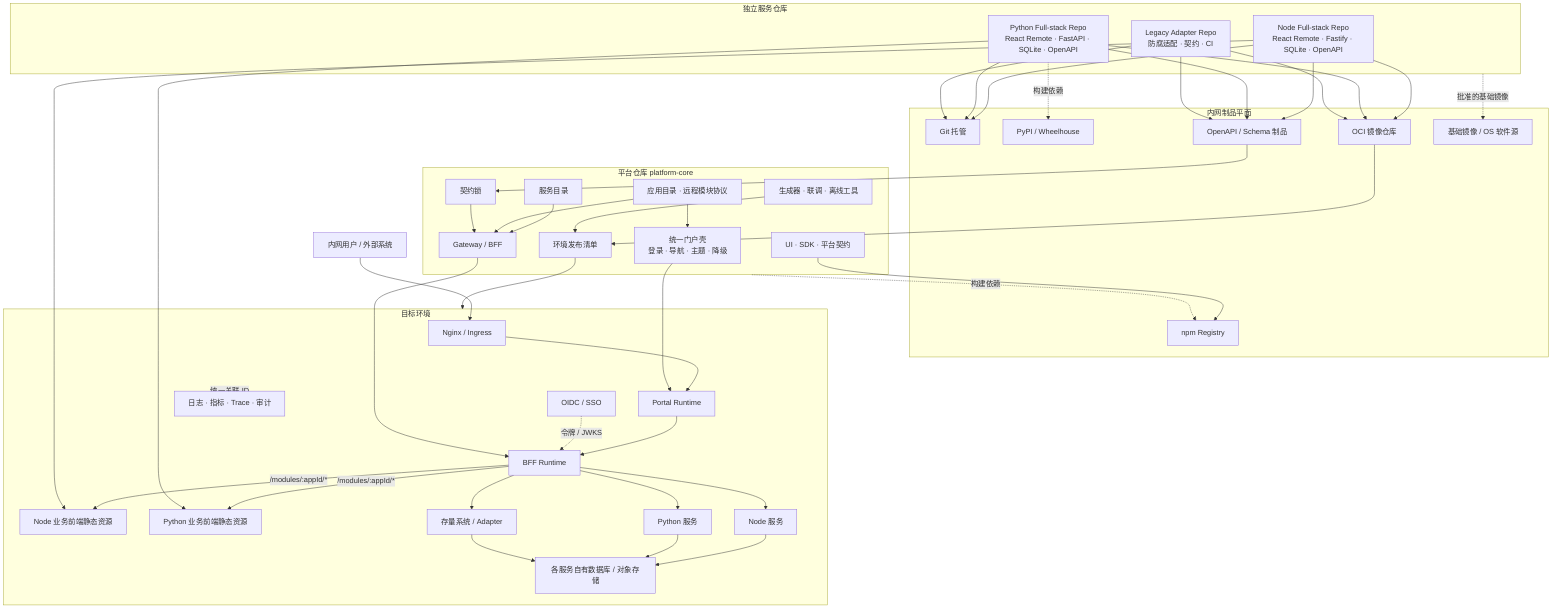
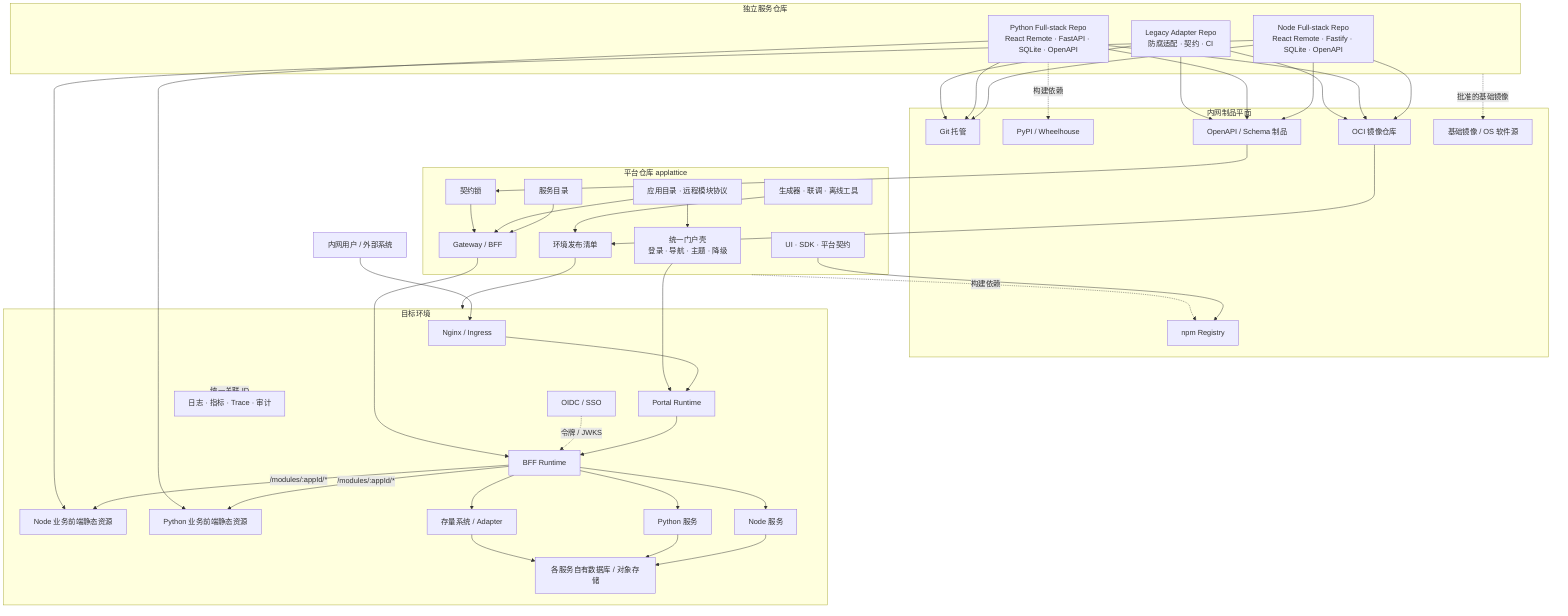
flowchart TB
  User["内网用户 / 外部系统"]

-   subgraph PlatformRepo["平台仓库 platform-core"]
+   subgraph PlatformRepo["平台仓库 applattice"]
    Portal["统一门户壳\n登录 · 导航 · 主题 · 降级"]
    BFF["Gateway / BFF"]
    Shared["UI · SDK · 平台契约"]
    Catalog["服务目录"]
    ContractLock["契约锁"]
    Release["环境发布清单"]
    Tooling["生成器 · 联调 · 离线工具"]
    AppCatalog["应用目录 · 远程模块协议"]
  end

  subgraph ServiceRepos["独立服务仓库"]
    NodeRepo["Node Full-stack Repo\nReact Remote · Fastify · SQLite · OpenAPI"]
    PythonRepo["Python Full-stack Repo\nReact Remote · FastAPI · SQLite · OpenAPI"]
    LegacyRepo["Legacy Adapter Repo\n防腐适配 · 契约 · CI"]
  end

  subgraph InternalArtifacts["内网制品平面"]
    Git["Git 托管"]
    Npm["npm Registry"]
    Pypi["PyPI / Wheelhouse"]
    Contracts["OpenAPI / Schema 制品"]
    Images["OCI 镜像仓库"]
    Base["基础镜像 / OS 软件源"]
  end

  subgraph Runtime["目标环境"]
    Ingress["Nginx / Ingress"]
    PortalRuntime["Portal Runtime"]
    BFFRuntime["BFF Runtime"]
    NodeWeb["Node 业务前端静态资源"]
    PythonWeb["Python 业务前端静态资源"]
    NodeRuntime["Node 服务"]
    PythonRuntime["Python 服务"]
    LegacyRuntime["存量系统 / Adapter"]
    IAM["OIDC / SSO"]
    Data["各服务自有数据库 / 对象存储"]
    Observe["日志 · 指标 · Trace · 审计"]
  end

  User --> Ingress --> PortalRuntime --> BFFRuntime
  BFFRuntime -->|"/modules/:appId/*"| NodeWeb
  BFFRuntime -->|"/modules/:appId/*"| PythonWeb
  IAM -. "令牌 / JWKS" .-> BFFRuntime
  BFFRuntime --> NodeRuntime
  BFFRuntime --> PythonRuntime
  BFFRuntime --> LegacyRuntime
  NodeRuntime --> Data
  PythonRuntime --> Data
  LegacyRuntime --> Data
  Runtime -. "统一关联 ID" .-> Observe

  Portal --> PortalRuntime
  BFF --> BFFRuntime
  NodeRepo --> NodeWeb
  PythonRepo --> PythonWeb
  Catalog --> BFF
  AppCatalog --> Portal
  AppCatalog --> BFF
  ContractLock --> BFF
  Release --> Runtime
  Tooling --> Release

  NodeRepo --> Git
  PythonRepo --> Git
  LegacyRepo --> Git
  NodeRepo --> Contracts
  PythonRepo --> Contracts
  LegacyRepo --> Contracts
  NodeRepo --> Images
  PythonRepo --> Images
  LegacyRepo --> Images
  Shared --> Npm
  PythonRepo -. "构建依赖" .-> Pypi
  PlatformRepo -. "构建依赖" .-> Npm
  ServiceRepos -. "批准的基础镜像" .-> Base
  Contracts --> ContractLock
  Images --> Release
